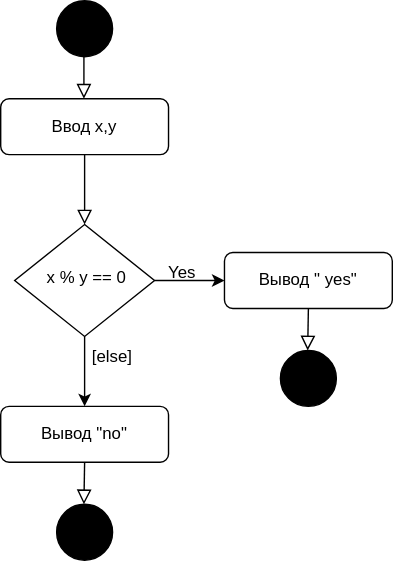
Earlier version of the draw.io export 2 Untitled Diagram.drawio.svg (LazarevaDarya/work5). Source tidied: cells renumbered, new cells last; positions are measured from the earlier drawing's top-left corner, leaving out a move shared by most shapes.
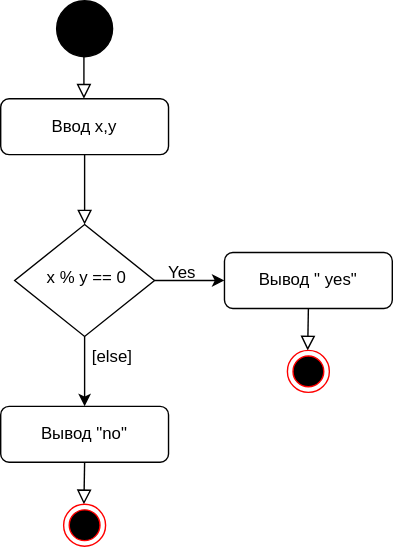
Above is the later version.

Commit message:
Добавлена диаграмма для задания 2

What changed in the source:
```diff
@@ -38,12 +38,6 @@
         <mxPoint x="59.5" y="70" as="targetPoint" />
       </mxGeometry>
     </mxCell>
-    <mxCell id="13" style="ellipse;whiteSpace=wrap;html=1;fillColor=#000000;" parent="1" vertex="1">
-      <mxGeometry x="200" y="250" width="40" height="40" as="geometry" />
-    </mxCell>
-    <mxCell id="14" style="ellipse;whiteSpace=wrap;html=1;fillColor=#000000;" parent="1" vertex="1">
-      <mxGeometry x="40" y="360" width="40" height="40" as="geometry" />
-    </mxCell>
     <mxCell id="15" style="rounded=0;html=1;jettySize=auto;orthogonalLoop=1;fontSize=11;endArrow=block;endFill=0;endSize=8;strokeWidth=1;shadow=0;labelBackgroundColor=none;edgeStyle=orthogonalEdgeStyle;" parent="1" edge="1">
       <mxGeometry relative="1" as="geometry">
         <mxPoint x="60" y="330" as="sourcePoint" />
@@ -56,5 +50,11 @@
         <mxPoint x="219.5" y="250" as="targetPoint" />
       </mxGeometry>
     </mxCell>
+    <mxCell id="17" style="ellipse;html=1;shape=endState;fillColor=#000000;strokeColor=#ff0000;" parent="1" vertex="1">
+      <mxGeometry x="205" y="250" width="30" height="30" as="geometry" />
+    </mxCell>
+    <mxCell id="18" style="ellipse;html=1;shape=endState;fillColor=#000000;strokeColor=#ff0000;" parent="1" vertex="1">
+      <mxGeometry x="45" y="360" width="30" height="30" as="geometry" />
+    </mxCell>
   </root>
 </mxGraphModel>
```
